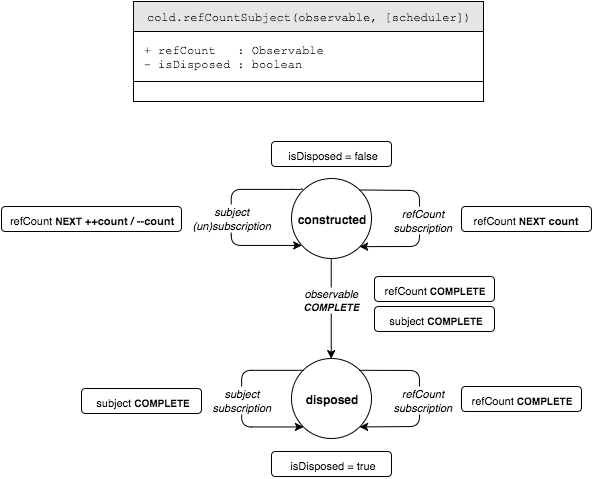
bholloway/rxjs-operators keeps this draw.io diagram as operator/lifecycle.png. Above is the earlier version. Source tidied: cells renumbered, new cells last; positions are measured from the earlier drawing's top-left corner, leaving out a move shared by most shapes.
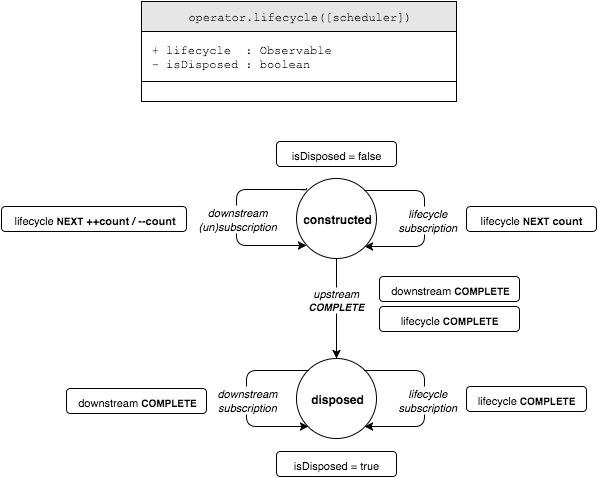
Above is the later version.

What changed in the source:
```diff
@@ -3,111 +3,114 @@
     <mxCell id="0" />
     <mxCell id="1" parent="0" />
     <mxCell id="2" style="group;" parent="1" vertex="1">
-      <mxGeometry width="590" height="475" as="geometry" />
+      <mxGeometry width="315" height="100" as="geometry" />
     </mxCell>
     <mxCell id="3" style="group;" parent="2" vertex="1">
-      <mxGeometry x="132" width="350" height="100" as="geometry" />
+      <mxGeometry width="315" height="100" as="geometry" />
     </mxCell>
-    <mxCell id="4" value="&lt;span&gt;cold.&lt;/span&gt;refCountSubject(observable, [scheduler])" style="whiteSpace=wrap;html=1;fillColor=#E6E6E6;fontFamily=Courier New;" parent="3" vertex="1">
-      <mxGeometry width="350" height="30" as="geometry" />
+    <mxCell id="4" value="&lt;span&gt;operator.&lt;/span&gt;lifecycle([scheduler])" style="whiteSpace=wrap;html=1;fillColor=#E6E6E6;fontFamily=Courier New;" parent="3" vertex="1">
+      <mxGeometry width="315" height="30" as="geometry" />
     </mxCell>
-    <mxCell id="5" value="&lt;span&gt;&amp;nbsp;+ refCount &amp;nbsp; :&amp;nbsp;Observable&lt;/span&gt;&lt;div&gt;&amp;nbsp;- isDisposed : boolean&lt;/div&gt;" style="whiteSpace=wrap;html=1;fillColor=none;align=left;fontFamily=Courier New;" parent="3" vertex="1">
-      <mxGeometry y="30" width="350" height="50" as="geometry" />
+    <mxCell id="5" value="&lt;span&gt;&amp;nbsp;+&amp;nbsp;&lt;/span&gt;&lt;span&gt;lifecycle&lt;/span&gt;&lt;span&gt;&amp;nbsp; :&amp;nbsp;Observable&lt;/span&gt;&lt;div&gt;&amp;nbsp;- isDisposed : boolean&lt;/div&gt;" style="whiteSpace=wrap;html=1;fillColor=none;align=left;fontFamily=Courier New;" parent="3" vertex="1">
+      <mxGeometry y="30" width="315" height="50" as="geometry" />
     </mxCell>
     <mxCell id="6" style="whiteSpace=wrap;html=1;fillColor=none;align=left;fontFamily=Courier New;" parent="3" vertex="1">
-      <mxGeometry y="80" width="350" height="20" as="geometry" />
+      <mxGeometry y="80" width="315" height="20" as="geometry" />
     </mxCell>
-    <mxCell id="7" style="group;" parent="2" vertex="1">
-      <mxGeometry y="140" width="590" height="335" as="geometry" />
-    </mxCell>
+    <mxCell id="27" style="group;" parent="1" vertex="1">
+      <mxGeometry x="-140" y="140" width="595" height="335" as="geometry" />
+    </mxCell>
-    <mxCell id="8" value="&lt;font style=&quot;font-size: 11px&quot;&gt;isDisposed = true&lt;/font&gt;" style="rounded=1;whiteSpace=wrap;html=1;strokeColor=#000000;fillColor=#ffffff;align=center;" parent="7" vertex="1">
-      <mxGeometry x="270" y="310" width="120" height="25" as="geometry" />
+    <mxCell id="8" value="&lt;font style=&quot;font-size: 11px&quot;&gt;isDisposed = true&lt;/font&gt;" style="rounded=1;whiteSpace=wrap;html=1;strokeColor=#000000;fillColor=#ffffff;align=center;" parent="27" vertex="1">
+      <mxGeometry x="275" y="310" width="120" height="25" as="geometry" />
     </mxCell>
-    <mxCell id="9" value="&lt;font style=&quot;font-size: 11px&quot;&gt;isDisposed = false&lt;/font&gt;" style="rounded=1;whiteSpace=wrap;html=1;strokeColor=#000000;fillColor=#ffffff;align=center;" parent="7" vertex="1">
-      <mxGeometry x="270" width="120" height="25" as="geometry" />
+    <mxCell id="9" value="&lt;font style=&quot;font-size: 11px&quot;&gt;isDisposed = false&lt;/font&gt;" style="rounded=1;whiteSpace=wrap;html=1;strokeColor=#000000;fillColor=#ffffff;align=center;" parent="27" vertex="1">
+      <mxGeometry x="275" width="120" height="25" as="geometry" />
     </mxCell>
-    <mxCell id="10" value="disposed" style="ellipse;whiteSpace=wrap;html=1;fillColor=#ffffff;fontStyle=1;" parent="7" vertex="1">
-      <mxGeometry x="290" y="217" width="80" height="80" as="geometry" />
+    <mxCell id="10" value="disposed" style="ellipse;whiteSpace=wrap;html=1;fillColor=#ffffff;fontStyle=1;" parent="27" vertex="1">
+      <mxGeometry x="295" y="217" width="80" height="80" as="geometry" />
     </mxCell>
-    <mxCell id="11" value="&lt;i&gt;&lt;span&gt;observable&lt;/span&gt;&lt;/i&gt;&lt;div&gt;&lt;i&gt;&lt;b&gt;&lt;font style=&quot;font-size: 10px&quot;&gt;COMPLETE&lt;/font&gt;&lt;/b&gt;&lt;/i&gt;&lt;/div&gt;" style="endArrow=classic;html=1;entryX=0.5;entryY=0;exitX=0.5;exitY=1;" parent="7" edge="1" source="20" target="10">
+    <mxCell id="11" value="&lt;i&gt;&lt;span&gt;upstream&lt;/span&gt;&lt;/i&gt;&lt;div&gt;&lt;i&gt;&lt;b&gt;&lt;font style=&quot;font-size: 10px&quot;&gt;COMPLETE&lt;/font&gt;&lt;/b&gt;&lt;/i&gt;&lt;/div&gt;" style="endArrow=classic;html=1;entryX=0.5;entryY=0;exitX=0.5;exitY=1;" parent="27" edge="1" source="20" target="10">
       <mxGeometry x="-0.18" relative="1" as="geometry" />
     </mxCell>
-    <mxCell id="12" value="&lt;font&gt;&lt;span style=&quot;font-size: 11px&quot;&gt;refCount&lt;/span&gt;&lt;b style=&quot;font-size: 11px&quot;&gt;&amp;nbsp;&lt;/b&gt;&lt;b&gt;&lt;font style=&quot;font-size: 10px&quot;&gt;COMPLETE&lt;/font&gt;&lt;/b&gt;&lt;/font&gt;" style="rounded=1;whiteSpace=wrap;html=1;strokeColor=#000000;fillColor=#ffffff;align=center;" parent="7" vertex="1">
-      <mxGeometry x="373" y="135" width="120" height="25" as="geometry" />
-    </mxCell>
-    <mxCell id="13" value="&lt;font&gt;&lt;span style=&quot;font-size: 11px&quot;&gt;subject&lt;/span&gt;&lt;b style=&quot;font-size: 11px&quot;&gt;&amp;nbsp;&lt;/b&gt;&lt;b&gt;&lt;font style=&quot;font-size: 10px&quot;&gt;COMPLETE&lt;/font&gt;&lt;/b&gt;&lt;/font&gt;" style="rounded=1;whiteSpace=wrap;html=1;strokeColor=#000000;fillColor=#ffffff;align=center;" parent="7" vertex="1">
-      <mxGeometry x="373" y="165" width="120" height="25" as="geometry" />
-    </mxCell>
-    <mxCell id="14" style="edgeStyle=segmentEdgeStyle;endArrow=classic;html=1;entryX=0;entryY=1;" parent="7" edge="1" target="10">
+    <mxCell id="14" style="edgeStyle=segmentEdgeStyle;endArrow=classic;html=1;entryX=0;entryY=1;" parent="27" edge="1" target="10">
       <mxGeometry relative="1" as="geometry">
-        <mxPoint x="302" y="229" as="sourcePoint" />
+        <mxPoint x="307" y="229" as="sourcePoint" />
         <Array as="points">
-          <mxPoint x="240" y="229" />
-          <mxPoint x="240" y="285" />
+          <mxPoint x="245" y="229" />
+          <mxPoint x="245" y="285" />
         </Array>
       </mxGeometry>
     </mxCell>
-    <mxCell id="15" value="&lt;div&gt;&lt;font style=&quot;font-size: 11px&quot;&gt;&lt;i&gt;subject&lt;/i&gt;&lt;br&gt;&lt;/font&gt;&lt;/div&gt;&lt;div&gt;&lt;i&gt;&lt;font style=&quot;font-size: 11px&quot;&gt;subscription&lt;/font&gt;&lt;/i&gt;&lt;/div&gt;" style="text;html=1;align=center;verticalAlign=middle;labelBackgroundColor=#ffffff;" parent="14" vertex="1">
+    <mxCell id="15" value="&lt;div&gt;&lt;font style=&quot;font-size: 11px&quot;&gt;&lt;i&gt;downstream&lt;/i&gt;&lt;br&gt;&lt;/font&gt;&lt;/div&gt;&lt;div&gt;&lt;i&gt;&lt;font style=&quot;font-size: 11px&quot;&gt;subscription&lt;/font&gt;&lt;/i&gt;&lt;/div&gt;" style="text;html=1;align=center;verticalAlign=middle;labelBackgroundColor=#ffffff;" parent="14" vertex="1">
       <mxGeometry y="1" relative="1" as="geometry">
         <mxPoint x="-1" as="offset" />
       </mxGeometry>
     </mxCell>
-    <mxCell id="16" value="&lt;font&gt;&lt;span style=&quot;font-size: 11px&quot;&gt;subject&lt;/span&gt;&lt;b style=&quot;font-size: 11px&quot;&gt;&amp;nbsp;&lt;/b&gt;&lt;b&gt;&lt;font style=&quot;font-size: 10px&quot;&gt;COMPLETE&lt;/font&gt;&lt;/b&gt;&lt;/font&gt;" style="rounded=1;whiteSpace=wrap;html=1;strokeColor=#000000;fillColor=#ffffff;align=center;" parent="7" vertex="1">
-      <mxGeometry x="80" y="247" width="120" height="25" as="geometry" />
+    <mxCell id="16" value="&lt;font&gt;&lt;span style=&quot;font-size: 11px&quot;&gt;downstream&lt;/span&gt;&lt;b style=&quot;font-size: 11px&quot;&gt;&amp;nbsp;&lt;/b&gt;&lt;b&gt;&lt;font style=&quot;font-size: 10px&quot;&gt;COMPLETE&lt;/font&gt;&lt;/b&gt;&lt;/font&gt;" style="rounded=1;whiteSpace=wrap;html=1;strokeColor=#000000;fillColor=#ffffff;align=center;" parent="27" vertex="1">
+      <mxGeometry x="65" y="247" width="140" height="25" as="geometry" />
     </mxCell>
-    <mxCell id="17" value="&lt;font&gt;&lt;span style=&quot;font-size: 11px&quot;&gt;refCount&lt;/span&gt;&lt;b style=&quot;font-size: 11px&quot;&gt;&amp;nbsp;&lt;/b&gt;&lt;b&gt;&lt;font style=&quot;font-size: 10px&quot;&gt;COMPLETE&lt;/font&gt;&lt;/b&gt;&lt;/font&gt;" style="rounded=1;whiteSpace=wrap;html=1;strokeColor=#000000;fillColor=#ffffff;align=center;" parent="7" vertex="1">
-      <mxGeometry x="460" y="245" width="120" height="25" as="geometry" />
+    <mxCell id="17" value="&lt;font&gt;&lt;span style=&quot;font-size: 11px&quot;&gt;lifecycle&lt;/span&gt;&lt;b style=&quot;font-size: 11px&quot;&gt;&amp;nbsp;&lt;/b&gt;&lt;b&gt;&lt;font style=&quot;font-size: 10px&quot;&gt;COMPLETE&lt;/font&gt;&lt;/b&gt;&lt;/font&gt;" style="rounded=1;whiteSpace=wrap;html=1;strokeColor=#000000;fillColor=#ffffff;align=center;" parent="27" vertex="1">
+      <mxGeometry x="465" y="245" width="120" height="25" as="geometry" />
     </mxCell>
-    <mxCell id="18" style="edgeStyle=segmentEdgeStyle;endArrow=classic;html=1;entryX=1;entryY=1;exitX=1;exitY=0;" parent="7" edge="1" source="10" target="10">
-      <mxGeometry x="418.2" y="228.9" as="geometry">
+    <mxCell id="18" style="edgeStyle=segmentEdgeStyle;endArrow=classic;html=1;entryX=1;entryY=1;exitX=1;exitY=0;" parent="27" edge="1" source="10" target="10">
+      <mxGeometry x="423.2" y="228.9" as="geometry">
         <Array as="points">
-          <mxPoint x="418" y="229" />
-          <mxPoint x="418" y="285" />
+          <mxPoint x="423" y="229" />
+          <mxPoint x="423" y="285" />
         </Array>
       </mxGeometry>
     </mxCell>
-    <mxCell id="19" value="&lt;div&gt;&lt;i&gt;&lt;font style=&quot;font-size: 11px&quot;&gt;refCount&lt;/font&gt;&lt;/i&gt;&lt;/div&gt;&lt;div&gt;&lt;i&gt;&lt;font style=&quot;font-size: 11px&quot;&gt;subscription&lt;/font&gt;&lt;/i&gt;&lt;/div&gt;" style="text;html=1;align=center;verticalAlign=middle;labelBackgroundColor=#ffffff;" parent="18" vertex="1">
+    <mxCell id="19" value="&lt;div&gt;&lt;i&gt;&lt;font style=&quot;font-size: 11px&quot;&gt;lifecycle&lt;/font&gt;&lt;/i&gt;&lt;/div&gt;&lt;div&gt;&lt;i&gt;&lt;font style=&quot;font-size: 11px&quot;&gt;subscription&lt;/font&gt;&lt;/i&gt;&lt;/div&gt;" style="text;html=1;align=center;verticalAlign=middle;labelBackgroundColor=#ffffff;" parent="18" vertex="1">
       <mxGeometry y="1" relative="1" as="geometry">
         <mxPoint x="2" as="offset" />
       </mxGeometry>
     </mxCell>
-    <mxCell id="20" value="constructed" style="ellipse;whiteSpace=wrap;html=1;fillColor=#ffffff;fontStyle=1;" parent="7" vertex="1">
-      <mxGeometry x="290" y="37" width="80" height="80" as="geometry" />
+    <mxCell id="20" value="constructed" style="ellipse;whiteSpace=wrap;html=1;fillColor=#ffffff;fontStyle=1;" parent="27" vertex="1">
+      <mxGeometry x="295" y="37" width="80" height="80" as="geometry" />
     </mxCell>
-    <mxCell id="21" style="edgeStyle=segmentEdgeStyle;endArrow=classic;html=1;exitX=0;exitY=0;entryX=0;entryY=1;" parent="7" edge="1">
-      <mxGeometry x="230" y="48" as="geometry">
-        <mxPoint x="300.4" y="47" as="sourcePoint" />
-        <mxPoint x="300.4" y="104.2" as="targetPoint" />
+    <mxCell id="21" style="edgeStyle=segmentEdgeStyle;endArrow=classic;html=1;exitX=0;exitY=0;entryX=0;entryY=1;" parent="27" edge="1">
+      <mxGeometry x="235" y="48" as="geometry">
+        <mxPoint x="305.4" y="47" as="sourcePoint" />
+        <mxPoint x="305.4" y="104.2" as="targetPoint" />
         <Array as="points">
-          <mxPoint x="290" y="48" />
-          <mxPoint x="230" y="48" />
-          <mxPoint x="230" y="104" />
+          <mxPoint x="295" y="48" />
+          <mxPoint x="235" y="48" />
+          <mxPoint x="235" y="104" />
         </Array>
       </mxGeometry>
     </mxCell>
-    <mxCell id="22" value="&lt;div&gt;&lt;i&gt;&lt;font style=&quot;font-size: 11px&quot;&gt;subject&lt;/font&gt;&lt;/i&gt;&lt;/div&gt;&lt;div&gt;&lt;i&gt;&lt;font style=&quot;font-size: 11px&quot;&gt;(un)subscription&lt;/font&gt;&lt;/i&gt;&lt;/div&gt;" style="text;html=1;align=center;verticalAlign=middle;labelBackgroundColor=#ffffff;" parent="21" vertex="1">
+    <mxCell id="22" value="&lt;div&gt;&lt;i&gt;&lt;font style=&quot;font-size: 11px&quot;&gt;downstream&lt;/font&gt;&lt;/i&gt;&lt;/div&gt;&lt;div&gt;&lt;i&gt;&lt;font style=&quot;font-size: 11px&quot;&gt;(un)subscription&lt;/font&gt;&lt;/i&gt;&lt;/div&gt;" style="text;html=1;align=center;verticalAlign=middle;labelBackgroundColor=#ffffff;" parent="21" vertex="1">
       <mxGeometry y="1" relative="1" as="geometry">
         <mxPoint x="-1" as="offset" />
       </mxGeometry>
     </mxCell>
-    <mxCell id="23" value="&lt;font&gt;&lt;span style=&quot;font-size: 11px&quot;&gt;refCount&lt;/span&gt;&lt;b style=&quot;font-size: 11px&quot;&gt;&amp;nbsp;&lt;/b&gt;&lt;b&gt;&lt;font style=&quot;font-size: 10px&quot;&gt;NEXT&lt;/font&gt;&lt;span style=&quot;font-size: 11px&quot;&gt; count&lt;/span&gt;&lt;/b&gt;&lt;/font&gt;" style="rounded=1;whiteSpace=wrap;html=1;strokeColor=#000000;fillColor=#ffffff;align=center;" parent="7" vertex="1">
-      <mxGeometry x="460" y="65" width="130" height="25" as="geometry" />
+    <mxCell id="23" value="&lt;font&gt;&lt;span style=&quot;font-size: 11px&quot;&gt;lifecycle&lt;/span&gt;&lt;b style=&quot;font-size: 11px&quot;&gt;&amp;nbsp;&lt;/b&gt;&lt;b&gt;&lt;font style=&quot;font-size: 10px&quot;&gt;NEXT&lt;/font&gt;&lt;span style=&quot;font-size: 11px&quot;&gt; count&lt;/span&gt;&lt;/b&gt;&lt;/font&gt;" style="rounded=1;whiteSpace=wrap;html=1;strokeColor=#000000;fillColor=#ffffff;align=center;" parent="27" vertex="1">
+      <mxGeometry x="465" y="65" width="130" height="25" as="geometry" />
     </mxCell>
-    <mxCell id="24" style="edgeStyle=segmentEdgeStyle;endArrow=classic;html=1;entryX=1;entryY=1;exitX=1;exitY=0;" parent="7" edge="1" source="20" target="20">
-      <mxGeometry x="418.2" y="48.9" as="geometry">
+    <mxCell id="24" style="edgeStyle=segmentEdgeStyle;endArrow=classic;html=1;entryX=1;entryY=1;exitX=1;exitY=0;" parent="27" edge="1" source="20" target="20">
+      <mxGeometry x="423.2" y="48.9" as="geometry">
         <Array as="points">
-          <mxPoint x="418" y="49" />
-          <mxPoint x="418" y="105" />
+          <mxPoint x="423" y="49" />
+          <mxPoint x="423" y="105" />
         </Array>
       </mxGeometry>
     </mxCell>
-    <mxCell id="25" value="&lt;div&gt;&lt;i&gt;&lt;font style=&quot;font-size: 11px&quot;&gt;refCount&lt;/font&gt;&lt;/i&gt;&lt;/div&gt;&lt;div&gt;&lt;i&gt;&lt;font style=&quot;font-size: 11px&quot;&gt;subscription&lt;/font&gt;&lt;/i&gt;&lt;/div&gt;" style="text;html=1;align=center;verticalAlign=middle;labelBackgroundColor=#ffffff;" parent="24" vertex="1">
+    <mxCell id="25" value="&lt;div&gt;&lt;i style=&quot;line-height: 1.2&quot;&gt;&lt;font style=&quot;font-size: 11px&quot;&gt;lifecycle&lt;/font&gt;&lt;/i&gt;&lt;/div&gt;&lt;div&gt;&lt;i style=&quot;line-height: 1.2&quot;&gt;&lt;font style=&quot;font-size: 11px&quot;&gt;subscription&lt;/font&gt;&lt;/i&gt;&lt;br&gt;&lt;/div&gt;" style="text;html=1;align=center;verticalAlign=middle;labelBackgroundColor=#ffffff;" parent="24" vertex="1">
       <mxGeometry y="1" relative="1" as="geometry">
         <mxPoint x="2" as="offset" />
       </mxGeometry>
     </mxCell>
-    <mxCell id="26" value="&lt;font&gt;&lt;span style=&quot;font-size: 11px&quot;&gt;refCount&lt;/span&gt;&lt;b style=&quot;font-size: 11px&quot;&gt;&amp;nbsp;&lt;/b&gt;&lt;b&gt;&lt;font style=&quot;font-size: 10px&quot;&gt;NEXT&lt;/font&gt;&lt;span style=&quot;font-size: 11px&quot;&gt; ++count / --count&lt;/span&gt;&lt;/b&gt;&lt;/font&gt;" style="rounded=1;whiteSpace=wrap;html=1;strokeColor=#000000;fillColor=#ffffff;align=center;" parent="7" vertex="1">
-      <mxGeometry y="65" width="180" height="25" as="geometry" />
+    <mxCell id="26" value="&lt;font&gt;&lt;span style=&quot;font-size: 11px&quot;&gt;lifecycle&lt;/span&gt;&lt;b style=&quot;font-size: 11px&quot;&gt;&amp;nbsp;&lt;/b&gt;&lt;b&gt;&lt;font style=&quot;font-size: 10px&quot;&gt;NEXT&lt;/font&gt;&lt;span style=&quot;font-size: 11px&quot;&gt; ++count / --count&lt;/span&gt;&lt;/b&gt;&lt;/font&gt;" style="rounded=1;whiteSpace=wrap;html=1;strokeColor=#000000;fillColor=#ffffff;align=center;" parent="27" vertex="1">
+      <mxGeometry y="65" width="185" height="25" as="geometry" />
     </mxCell>
+    <mxCell id="28" style="group;" parent="27" vertex="1">
+      <mxGeometry x="378" y="135" width="140" height="55" as="geometry" />
+    </mxCell>
+    <mxCell id="12" value="&lt;font&gt;&lt;span style=&quot;font-size: 11px&quot;&gt;downstream&lt;/span&gt;&lt;b style=&quot;font-size: 11px&quot;&gt;&amp;nbsp;&lt;/b&gt;&lt;b&gt;&lt;font style=&quot;font-size: 10px&quot;&gt;COMPLETE&lt;/font&gt;&lt;/b&gt;&lt;/font&gt;" style="rounded=1;whiteSpace=wrap;html=1;strokeColor=#000000;fillColor=#ffffff;align=center;" parent="28" vertex="1">
+      <mxGeometry width="140" height="25" as="geometry" />
+    </mxCell>
+    <mxCell id="13" value="&lt;font&gt;&lt;span style=&quot;font-size: 11px&quot;&gt;lifecycle&lt;/span&gt;&lt;b style=&quot;font-size: 11px&quot;&gt;&amp;nbsp;&lt;/b&gt;&lt;b&gt;&lt;font style=&quot;font-size: 10px&quot;&gt;COMPLETE&lt;/font&gt;&lt;/b&gt;&lt;/font&gt;" style="rounded=1;whiteSpace=wrap;html=1;strokeColor=#000000;fillColor=#ffffff;align=center;" parent="28" vertex="1">
+      <mxGeometry y="30" width="140" height="25" as="geometry" />
+    </mxCell>
   </root>
 </mxGraphModel>
```
